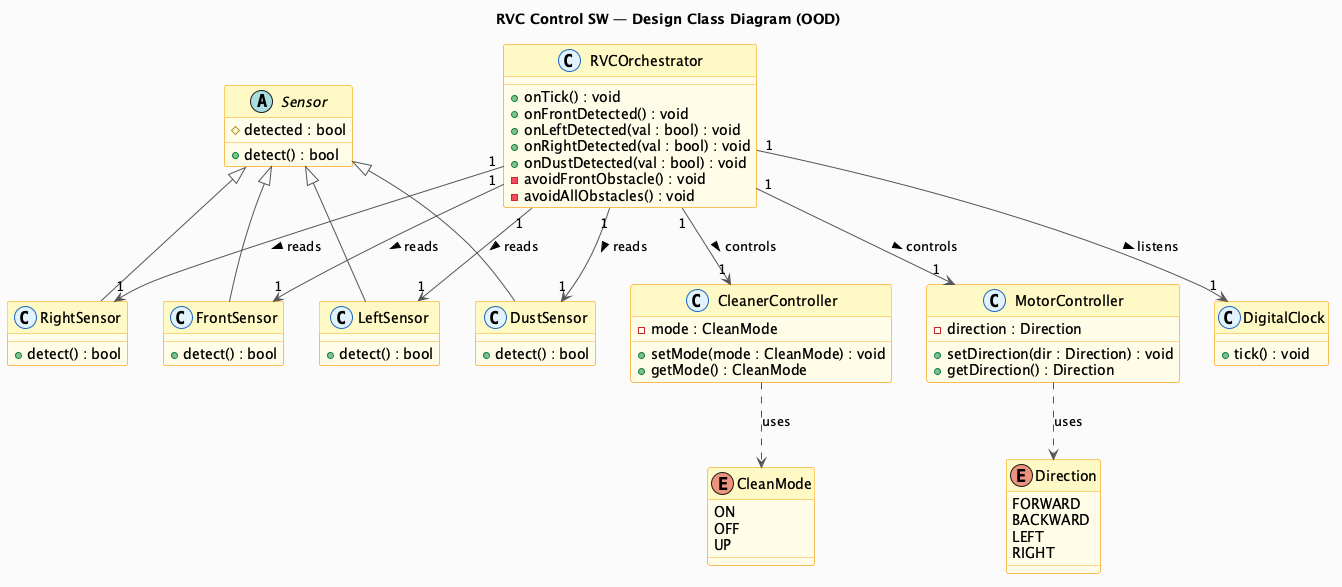
This is docs/vibe-coding/03-ood/images/ClassDiagram_OOD.png from OOP-konkuk/CICD-Team7, a PlantUML export, as it was before one commit. Its diagram source:
```plantuml
@startuml ClassDiagram_OOD
skinparam backgroundColor #FAFAFA
skinparam classBackgroundColor #FFFDE7
skinparam classBorderColor #F9A825
skinparam classArrowColor #555555
skinparam classHeaderBackgroundColor #FFF9C4
skinparam stereotypeCBackgroundColor #E3F2FD
skinparam stereotypeCBorderColor #1565C0

title RVC Control SW — Design Class Diagram (OOD)

enum Direction {
  FORWARD
  BACKWARD
  LEFT
  RIGHT
}

enum CleanMode {
  ON
  OFF
  UP
}

abstract class Sensor {
  # detected : bool
  + detect() : bool
}

class FrontSensor {
  + detect() : bool
}

class LeftSensor {
  + detect() : bool
}

class RightSensor {
  + detect() : bool
}

class DustSensor {
  + detect() : bool
}

class DigitalClock {
  + tick() : void
}

class MotorController {
  - direction : Direction
  + setDirection(dir : Direction) : void
  + getDirection() : Direction
}

class CleanerController {
  - mode : CleanMode
  + setMode(mode : CleanMode) : void
  + getMode() : CleanMode
}

class RVCOrchestrator {
  + onTick() : void
  + onFrontDetected() : void
  + onLeftDetected(val : bool) : void
  + onRightDetected(val : bool) : void
  + onDustDetected(val : bool) : void
  - avoidFrontObstacle() : void
  - avoidAllObstacles() : void
}

Sensor <|-- FrontSensor
Sensor <|-- LeftSensor
Sensor <|-- RightSensor
Sensor <|-- DustSensor

RVCOrchestrator "1" --> "1" MotorController    : controls >
RVCOrchestrator "1" --> "1" CleanerController  : controls >
RVCOrchestrator "1" --> "1" FrontSensor        : reads >
RVCOrchestrator "1" --> "1" LeftSensor         : reads >
RVCOrchestrator "1" --> "1" RightSensor        : reads >
RVCOrchestrator "1" --> "1" DustSensor         : reads >
RVCOrchestrator "1" --> "1" DigitalClock       : listens >

MotorController  ..> Direction  : uses
CleanerController ..> CleanMode : uses
@enduml
```
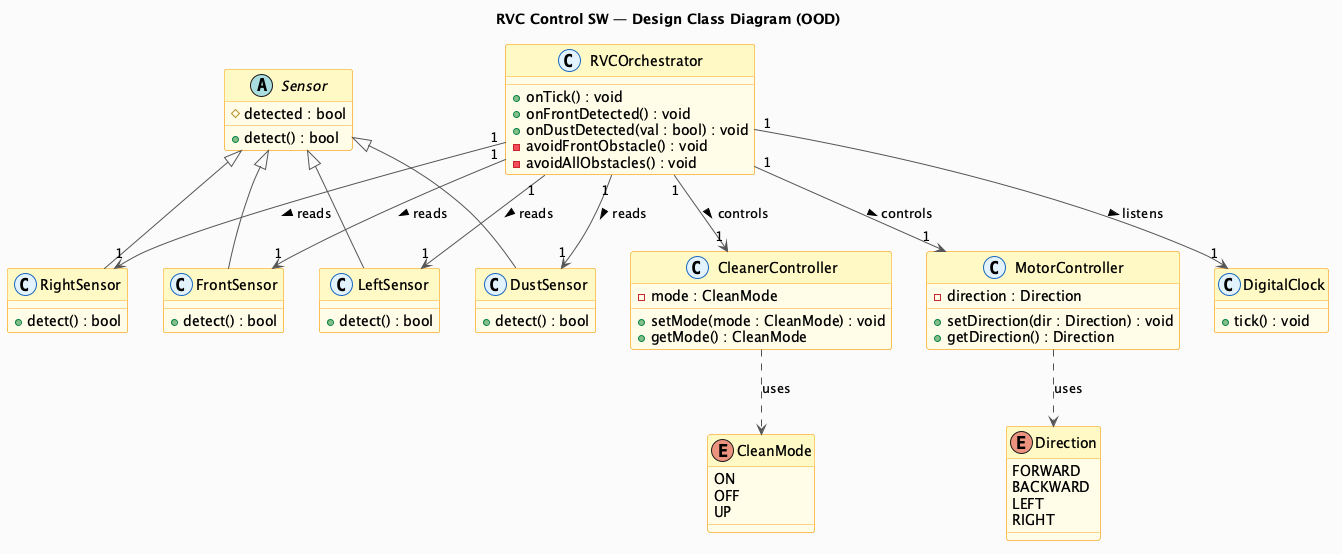
After the commit.

What changed in the source:
```diff
@@ -62,8 +62,6 @@
 class RVCOrchestrator {
   + onTick() : void
   + onFrontDetected() : void
-  + onLeftDetected(val : bool) : void
-  + onRightDetected(val : bool) : void
   + onDustDetected(val : bool) : void
   - avoidFrontObstacle() : void
   - avoidAllObstacles() : void
@@ -74,14 +72,14 @@
 Sensor <|-- RightSensor
 Sensor <|-- DustSensor
 
-RVCOrchestrator "1" --> "1" MotorController    : controls >
-RVCOrchestrator "1" --> "1" CleanerController  : controls >
-RVCOrchestrator "1" --> "1" FrontSensor        : reads >
-RVCOrchestrator "1" --> "1" LeftSensor         : reads >
-RVCOrchestrator "1" --> "1" RightSensor        : reads >
-RVCOrchestrator "1" --> "1" DustSensor         : reads >
-RVCOrchestrator "1" --> "1" DigitalClock       : listens >
+RVCOrchestrator "1" --> "1" FrontSensor       : reads >
+RVCOrchestrator "1" --> "1" LeftSensor        : reads >
+RVCOrchestrator "1" --> "1" RightSensor       : reads >
+RVCOrchestrator "1" --> "1" DustSensor        : reads >
+RVCOrchestrator "1" --> "1" DigitalClock      : listens >
+RVCOrchestrator "1" --> "1" MotorController   : controls >
+RVCOrchestrator "1" --> "1" CleanerController : controls >
 
-MotorController  ..> Direction  : uses
-CleanerController ..> CleanMode : uses
+MotorController   ..> Direction  : uses
+CleanerController ..> CleanMode  : uses
 @enduml
```
